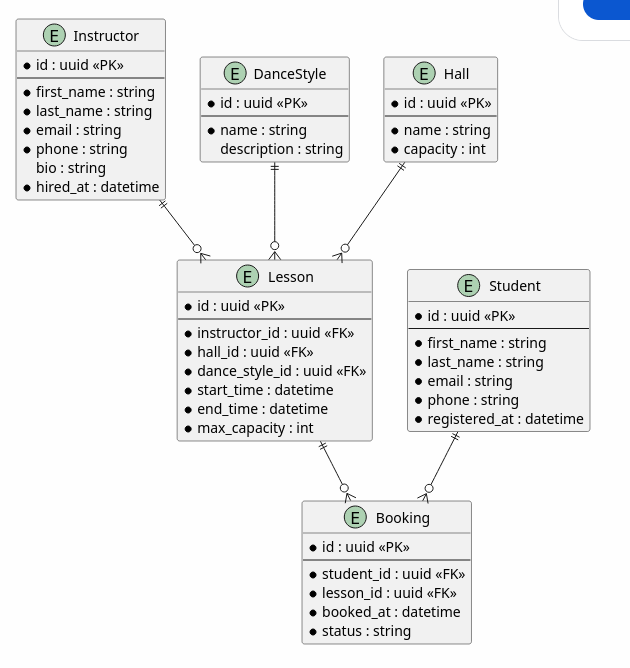
Above: lab1/diagram.png in prashchukdanylo-stack/software-requirements-modeling-and-analysis (PlantUML), before the change. Its source is kept beside it as lab1/diagram.puml.
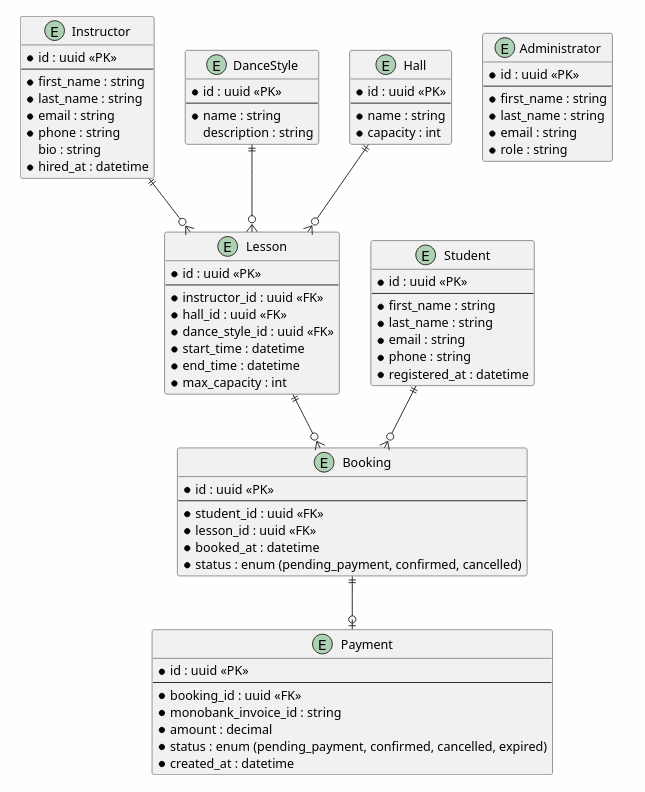
The same file after the commit.

Commit message:
changed a bit traceability matrix, audit in spec; fixed problems from audit in lab1, added Administrator and Payment entities, constrained booking and payment statuses.

What changed in the source:
```diff
@@ -52,13 +52,33 @@
     * student_id : uuid <<FK>>
     * lesson_id : uuid <<FK>>
     * booked_at : datetime
-    * status : string
+    * status : enum (pending_payment, confirmed, cancelled)
+}
+
+entity Payment {
+    * id : uuid <<PK>>
+    --
+    * booking_id : uuid <<FK>>
+    * monobank_invoice_id : string
+    * amount : decimal
+    * status : enum (pending_payment, confirmed, cancelled, expired)
+    * created_at : datetime
+}
+
+entity Administrator {
+    * id : uuid <<PK>>
+    --
+    * first_name : string
+    * last_name : string
+    * email : string
+    * role : string
 }
 
 Hall ||--o{ Lesson
 Instructor ||--o{ Lesson
 DanceStyle ||--o{ Lesson
 Student ||--o{ Booking
-Lesson ||--o{Booking
+Lesson ||--o{ Booking
+Booking ||--o| Payment
 
 @enduml
```
